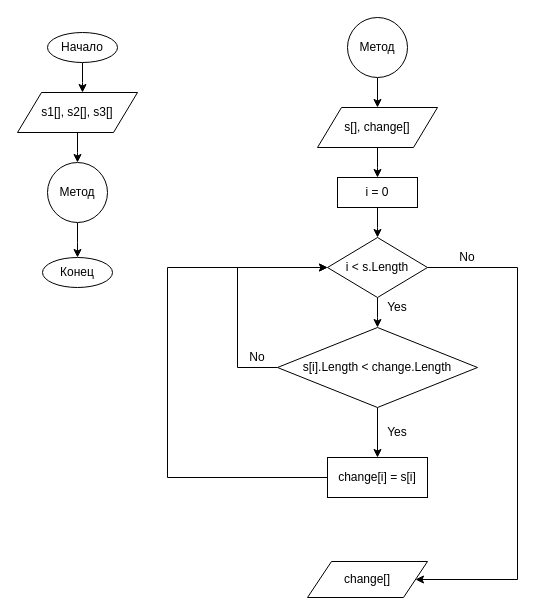
Earlier version of the draw.io diagram algoritm.drawio (VaulinDI/TaskSpecialization). Source tidied: cells renumbered, new cells numbered last; positions are measured from the earlier drawing's top-left corner, leaving out a move shared by most shapes. Both pictures are drawn from the tidied source at 100%, with x=0, y=0 at pixel (17, 17).
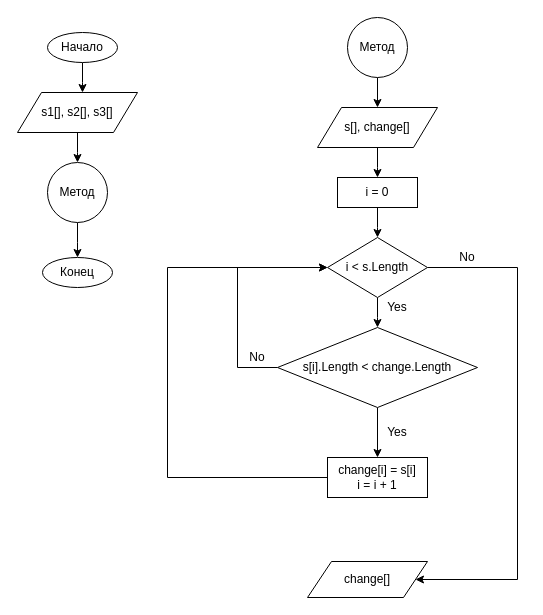
The same page after the edit.

Commit message:
algoritm finished

Diff of the diagram source:
```diff
@@
-    <mxCell id="22" value="change[i] = s[i]" style="rounded=0;whiteSpace=wrap;html=1;" parent="1" vertex="1">
+    <mxCell id="22" value="change[i] = s[i]&lt;br&gt;i = i + 1" style="rounded=0;whiteSpace=wrap;html=1;" parent="1" vertex="1">
       <mxGeometry x="310" y="440" width="100" height="40" as="geometry" />
     </mxCell>
```
